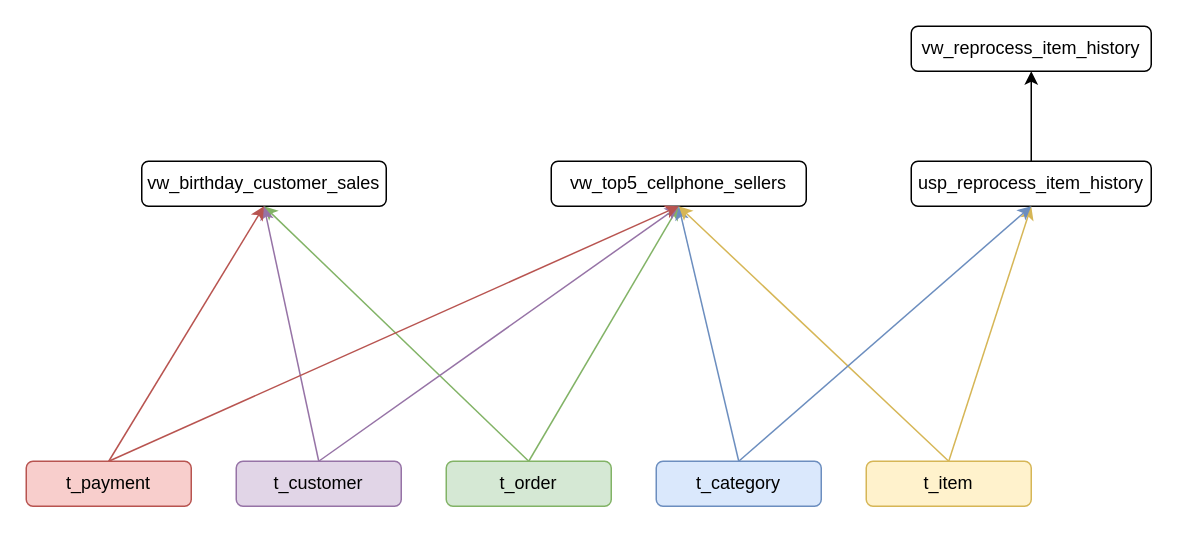
The draw.io diagram MLibreCase.drawio in MelanieP20/PASSOS_MLC, before the edit. Source tidied: cells renumbered, new cells numbered last; positions are measured from the earlier drawing's top-left corner, leaving out a move shared by most shapes. Both pictures are drawn from the tidied source at 150%, with x=0, y=0 at pixel (26, 26).
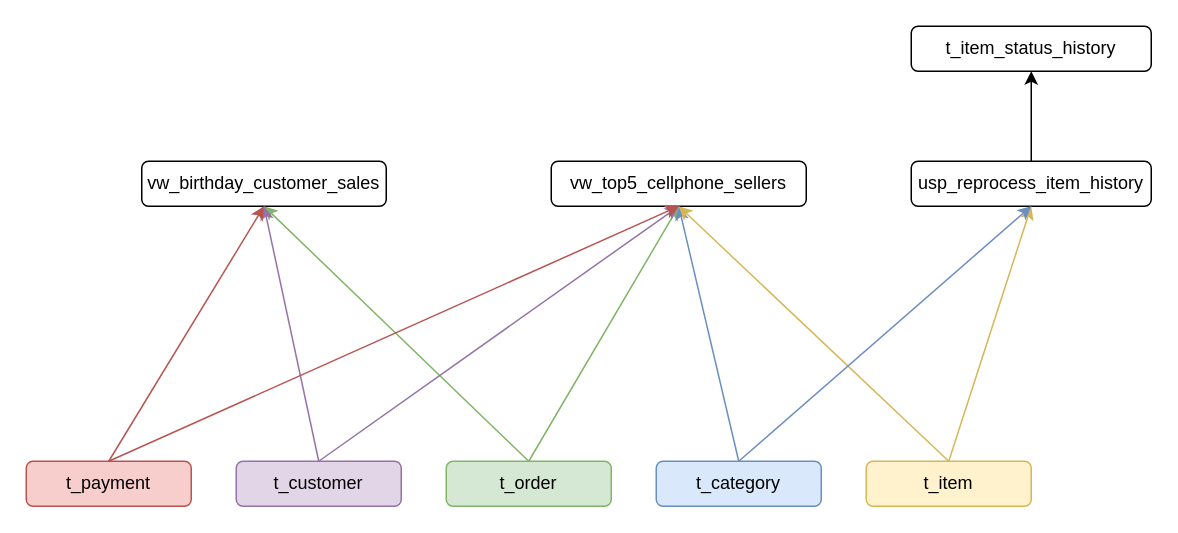
After the change.

What changed in the source:
```diff
@@
-    <mxCell id="14" value="vw_reprocess_item_history" style="rounded=1;whiteSpace=wrap;html=1;" parent="1" vertex="1">
+    <mxCell id="14" value="t_item_status_history" style="rounded=1;whiteSpace=wrap;html=1;" parent="1" vertex="1">
       <mxGeometry x="590" width="160" height="30" as="geometry" />
     </mxCell>
```
